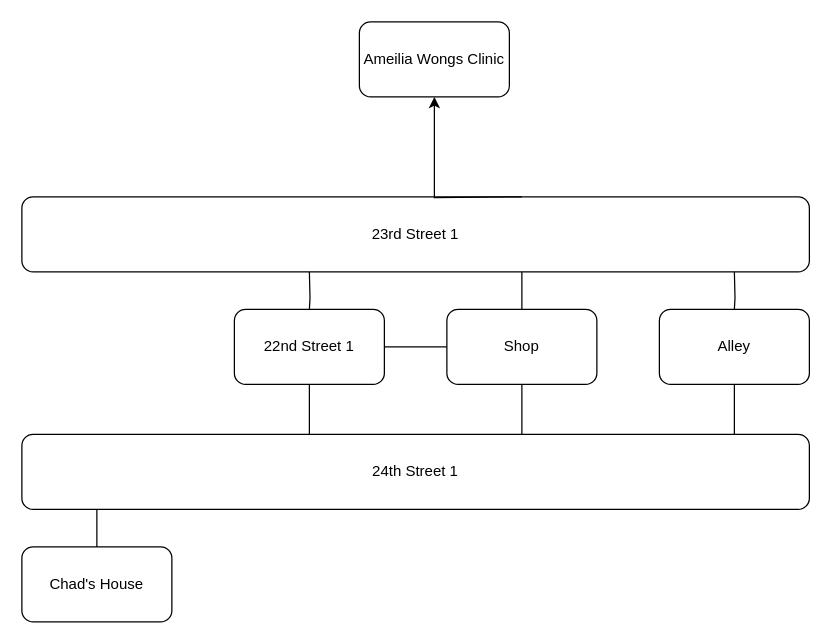
michaelm142/Stick-Figure-Game keeps this draw.io diagram as Slumerbs.drawio. Above is the earlier version. Source tidied: cells renumbered, new cells numbered last; positions are measured from the earlier drawing's top-left corner, leaving out a move shared by most shapes. Both pictures are drawn from the tidied source at 125%, with x=0, y=0 at pixel (21, 21).
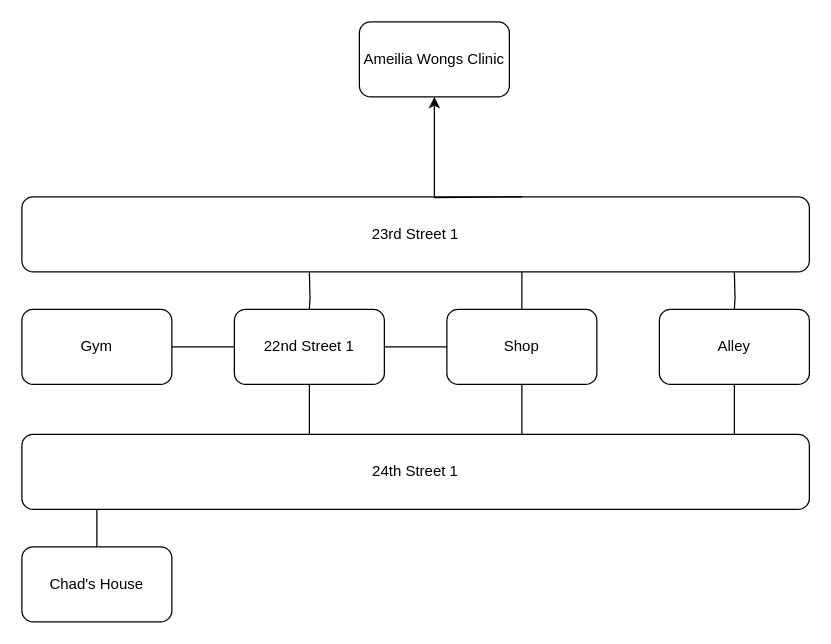
The same page after the edit.

Unchanged cells that the change refers to:
```xml
<mxCell id="8" value="22nd Street 1" style="rounded=1;whiteSpace=wrap;html=1;" parent="1" vertex="1">
  <mxGeometry x="170" y="230" width="120" height="60" as="geometry" />
</mxCell>
```

The edit, as a diff of the source:
```diff
@@
+    <mxCell id="18" style="edgeStyle=orthogonalEdgeStyle;rounded=0;jettySize=auto;html=1;endArrow=none;endFill=0;" parent="1" edge="1" source="8" target="19">
+      <mxGeometry relative="1" as="geometry" />
+    </mxCell>
@@
+    <mxCell id="19" value="Gym" style="whiteSpace=wrap;html=1;rounded=1;" parent="1" vertex="1">
+      <mxGeometry y="230" width="120" height="60" as="geometry" />
+    </mxCell>
```
